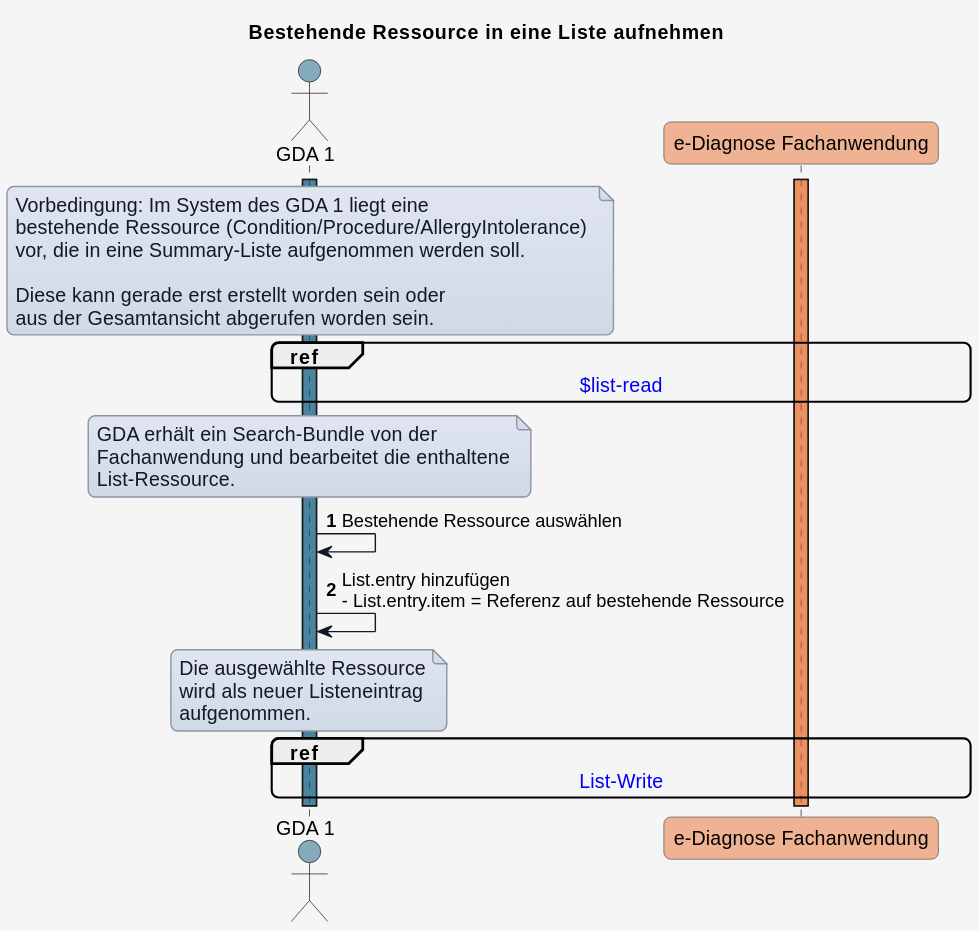
Above: input/images/plantuml/02_5.svg in HL7Austria/ELGA-e-Diagnose-R4 (PlantUML), before the change.
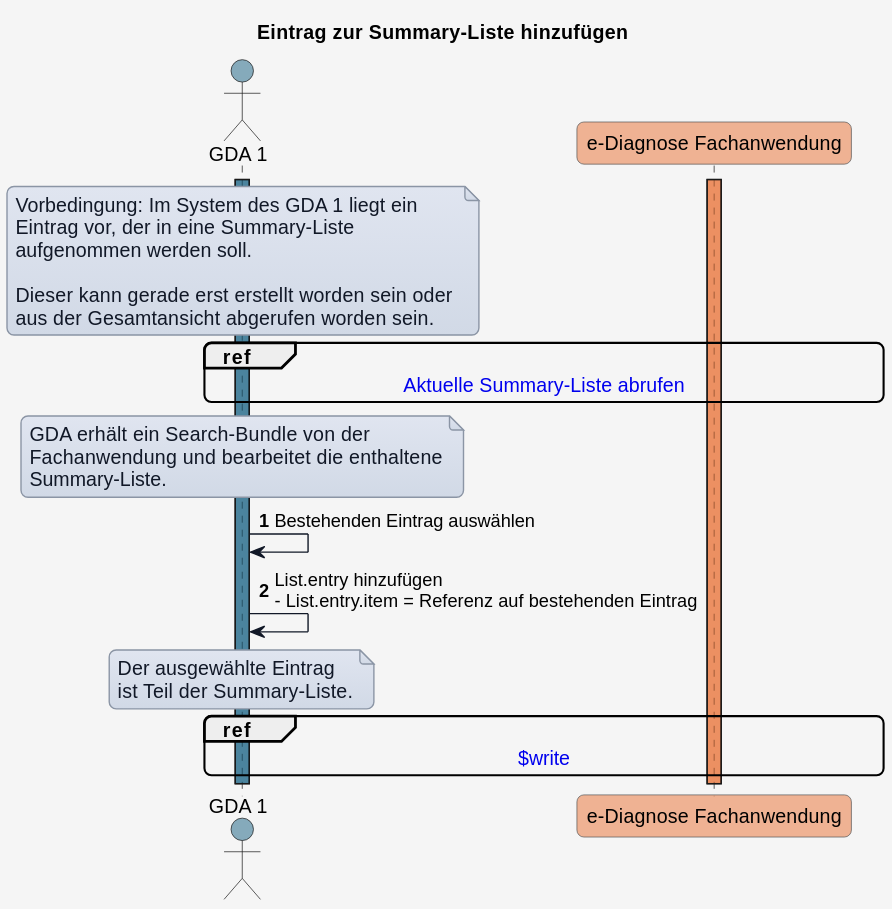
The same diagram one commit later.

Diff of the diagram source:
```diff
@@ -1,5 +1,5 @@
 @startuml
-title Bestehende Ressource in eine Liste aufnehmen
+title Eintrag zur Summary-Liste hinzufügen
 
 skinparam borderColor #000000
 skinparam backgroundColor #f5f5f5
@@ -56,30 +56,29 @@
 activate eDiag_FA COLOR_DIAG_FA
 
 note over GDA_1
-  Vorbedingung: Im System des GDA 1 liegt eine
-  bestehende Ressource (Condition/Procedure/AllergyIntolerance)
-  vor, die in eine Summary-Liste aufgenommen werden soll.
+  Vorbedingung: Im System des GDA 1 liegt ein
+  Eintrag vor, der in eine Summary-Liste
+  aufgenommen werden soll.
 
-  Diese kann gerade erst erstellt worden sein oder
+  Dieser kann gerade erst erstellt worden sein oder
   aus der Gesamtansicht abgerufen worden sein.
 end note
 
-ref over GDA_1, eDiag_FA : [[uc_ediag_01_lesen.html#$list-read $list-read]]
+ref over GDA_1, eDiag_FA : [[uc_ediag_01_lesen.html#aktuelle-summary-liste-abrufen-list-read Aktuelle Summary-Liste abrufen]]
 
 note over GDA_1
   GDA erhält ein Search-Bundle von der
   Fachanwendung und bearbeitet die enthaltene
-  List-Ressource.
+  Summary-Liste.
 end note
 
-GDA_1 -> GDA_1: Bestehende Ressource auswählen
-GDA_1 -> GDA_1: List.entry hinzufügen\n- List.entry.item = Referenz auf bestehende Ressource
+GDA_1 -> GDA_1: Bestehenden Eintrag auswählen
+GDA_1 -> GDA_1: List.entry hinzufügen\n- List.entry.item = Referenz auf bestehenden Eintrag
 
 note over GDA_1
-  Die ausgewählte Ressource
-  wird als neuer Listeneintrag
-  aufgenommen.
+  Der ausgewählte Eintrag
+  ist Teil der Summary-Liste.
 end note
 
-ref over GDA_1, eDiag_FA : [[uc_ediag_02_schreiben.html#$list-write List-Write]]
+ref over GDA_1, eDiag_FA : [[uc_ediag_02_schreiben.html#summary-liste-aktualisieren-write $write]]
 @enduml
```
